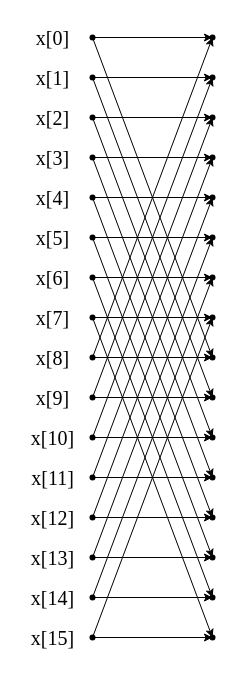
The draw.io diagram DIF_BFG.drawio in ALpht/16_FFT, before the edit. Source tidied: cells renumbered, new cells numbered last; positions are measured from the earlier drawing's top-left corner, leaving out a move shared by most shapes. Both pictures are drawn from the tidied source at 100%, with x=0, y=0 at pixel (17, 17).
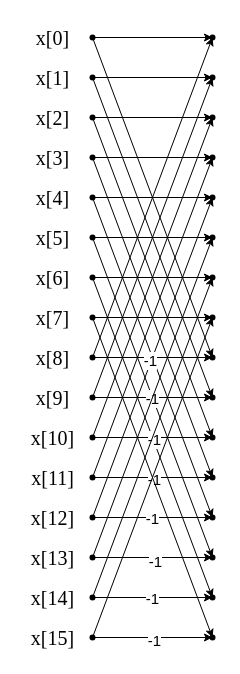
Above is the later version.

Unchanged cells that the change refers to:
```xml
<mxCell id="16" style="edgeStyle=none;shape=connector;rounded=0;jettySize=auto;html=1;labelBackgroundColor=default;strokeColor=default;align=center;verticalAlign=middle;fontFamily=Helvetica;fontSize=11;fontColor=default;endArrow=classic;" parent="1" edge="1" source="17" target="37">
  <mxGeometry relative="1" as="geometry" />
</mxCell>
<mxCell id="26" style="edgeStyle=none;shape=connector;rounded=0;jettySize=auto;html=1;labelBackgroundColor=default;strokeColor=default;align=center;verticalAlign=middle;fontFamily=Helvetica;fontSize=11;fontColor=default;endArrow=classic;" parent="1" edge="1" source="27" target="43">
  <mxGeometry relative="1" as="geometry" />
</mxCell>
<mxCell id="72" style="edgeStyle=none;shape=connector;rounded=0;jettySize=auto;html=1;entryX=1.2;entryY=0.95;entryDx=0;entryDy=0;entryPerimeter=0;labelBackgroundColor=default;strokeColor=default;align=center;verticalAlign=middle;fontFamily=Helvetica;fontSize=11;fontColor=default;endArrow=classic;" parent="1" edge="1" source="15" target="36">
  <mxGeometry relative="1" as="geometry" />
</mxCell>
<mxCell id="74" style="edgeStyle=none;shape=connector;rounded=0;jettySize=auto;html=1;entryX=0.75;entryY=0.7;entryDx=0;entryDy=0;entryPerimeter=0;labelBackgroundColor=default;strokeColor=default;align=center;verticalAlign=middle;fontFamily=Helvetica;fontSize=11;fontColor=default;endArrow=classic;" parent="1" edge="1" source="20" target="39">
  <mxGeometry relative="1" as="geometry" />
</mxCell>
<mxCell id="75" style="edgeStyle=none;shape=connector;rounded=0;jettySize=auto;html=1;entryX=0.35;entryY=0.75;entryDx=0;entryDy=0;entryPerimeter=0;labelBackgroundColor=default;strokeColor=default;align=center;verticalAlign=middle;fontFamily=Helvetica;fontSize=11;fontColor=default;endArrow=classic;" parent="1" edge="1" source="19" target="38">
  <mxGeometry relative="1" as="geometry" />
</mxCell>
<mxCell id="77" style="edgeStyle=none;shape=connector;rounded=0;jettySize=auto;html=1;entryX=0.6;entryY=0.75;entryDx=0;entryDy=0;entryPerimeter=0;labelBackgroundColor=default;strokeColor=default;align=center;verticalAlign=middle;fontFamily=Helvetica;fontSize=11;fontColor=default;endArrow=classic;" parent="1" edge="1" source="22" target="40">
  <mxGeometry relative="1" as="geometry" />
</mxCell>
<mxCell id="80" style="edgeStyle=none;shape=connector;rounded=0;jettySize=auto;html=1;entryX=0.75;entryY=0.55;entryDx=0;entryDy=0;entryPerimeter=0;labelBackgroundColor=default;strokeColor=default;align=center;verticalAlign=middle;fontFamily=Helvetica;fontSize=11;fontColor=default;endArrow=classic;" parent="1" edge="1" source="25" target="42">
  <mxGeometry relative="1" as="geometry" />
</mxCell>
<mxCell id="81" style="edgeStyle=none;shape=connector;rounded=0;jettySize=auto;html=1;entryX=0.2;entryY=0.85;entryDx=0;entryDy=0;entryPerimeter=0;labelBackgroundColor=default;strokeColor=default;align=center;verticalAlign=middle;fontFamily=Helvetica;fontSize=11;fontColor=default;endArrow=classic;" parent="1" edge="1" source="24" target="41">
  <mxGeometry relative="1" as="geometry" />
</mxCell>
```

The edit, as a diff of the source:
```diff
@@
+    <mxCell id="82" value="&lt;font style=&quot;font-size: 15px;&quot;&gt;-1&lt;/font&gt;" style="edgeLabel;html=1;align=center;verticalAlign=middle;fontSize=11;fontFamily=Helvetica;fontColor=default;" parent="16" vertex="1">
+      <mxGeometry x="0.02" y="-1" relative="1" as="geometry" />
+    </mxCell>
@@
+    <mxCell id="83" value="&lt;font style=&quot;font-size: 15px;&quot;&gt;-1&lt;/font&gt;" style="edgeLabel;html=1;align=center;verticalAlign=middle;fontSize=11;fontFamily=Helvetica;fontColor=default;" parent="26" vertex="1">
+      <mxGeometry x="0.03" y="-3" relative="1" as="geometry" />
+    </mxCell>
@@
+    <mxCell id="84" value="&lt;font style=&quot;font-size: 15px;&quot;&gt;-1&lt;/font&gt;" style="edgeLabel;html=1;align=center;verticalAlign=middle;fontSize=11;fontFamily=Helvetica;fontColor=default;" parent="72" vertex="1">
+      <mxGeometry x="-0.05" y="-2" relative="1" as="geometry" />
+    </mxCell>
@@
+    <mxCell id="85" value="&lt;font style=&quot;font-size: 15px;&quot;&gt;-1&lt;/font&gt;" style="edgeLabel;html=1;align=center;verticalAlign=middle;fontSize=11;fontFamily=Helvetica;fontColor=default;" parent="74" vertex="1">
+      <mxGeometry x="-0.02" relative="1" as="geometry" />
+    </mxCell>
@@
+    <mxCell id="86" value="&lt;font style=&quot;font-size: 15px;&quot;&gt;-1&lt;/font&gt;" style="edgeLabel;html=1;align=center;verticalAlign=middle;fontSize=11;fontFamily=Helvetica;fontColor=default;" parent="75" vertex="1">
+      <mxGeometry x="0.02" y="-1" relative="1" as="geometry" />
+    </mxCell>
@@
+    <mxCell id="87" value="&lt;font style=&quot;font-size: 15px;&quot;&gt;-1&lt;/font&gt;" style="edgeLabel;html=1;align=center;verticalAlign=middle;fontSize=11;fontFamily=Helvetica;fontColor=default;" parent="77" vertex="1">
+      <mxGeometry x="-0.02" relative="1" as="geometry" />
+    </mxCell>
@@
+    <mxCell id="88" value="&lt;font style=&quot;font-size: 15px;&quot;&gt;-1&lt;/font&gt;" style="edgeLabel;html=1;align=center;verticalAlign=middle;fontSize=11;fontFamily=Helvetica;fontColor=default;" parent="80" vertex="1">
+      <mxGeometry x="-0.02" relative="1" as="geometry" />
+    </mxCell>
@@
+    <mxCell id="89" value="&lt;font style=&quot;font-size: 15px;&quot;&gt;-1&lt;/font&gt;" style="edgeLabel;html=1;align=center;verticalAlign=middle;fontSize=11;fontFamily=Helvetica;fontColor=default;" parent="81" vertex="1">
+      <mxGeometry x="0.02" y="-2" relative="1" as="geometry" />
+    </mxCell>
```
